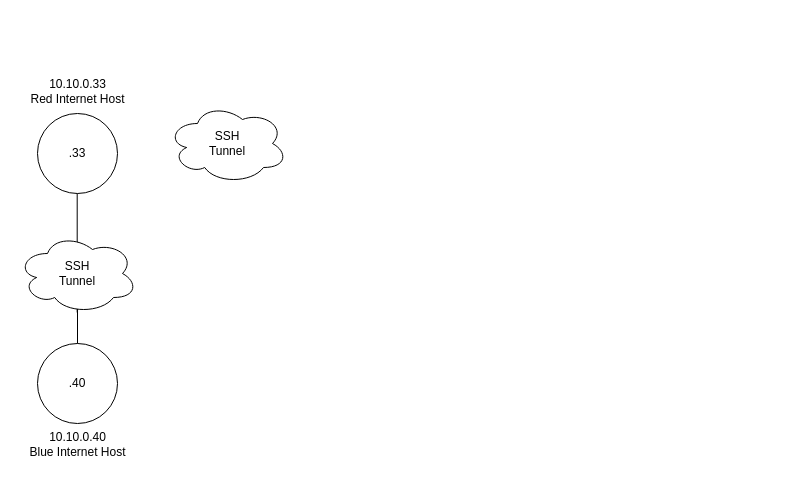
Above: Untitled Diagram.drawio in Collusion22/network-map (draw.io), before the change. Source tidied: cells renumbered, new cells numbered last; positions are measured from the earlier drawing's top-left corner, leaving out a move shared by most shapes. Both pictures are drawn from the tidied source at 100%, with x=0, y=0 at pixel (17, 71).
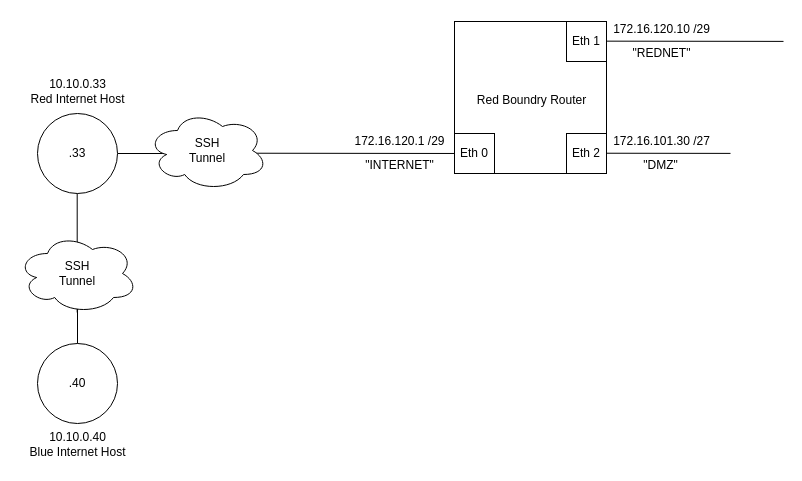
Above is the later version.

The change refers to these unchanged cells:
```xml
<mxCell id="7" value=".33" style="ellipse;whiteSpace=wrap;html=1;" parent="1" vertex="1">
  <mxGeometry x="20" y="42" width="80" height="80" as="geometry" />
</mxCell>
```

Change to the diagram source:
```diff
@@
+    <mxCell id="10" style="endArrow=none;html=1;rounded=0;exitX=1;exitY=0.5;exitDx=0;exitDy=0;" parent="1" edge="1">
+      <mxGeometry relative="1" as="geometry">
+        <mxPoint x="549" y="-30.4" as="sourcePoint" />
+        <mxPoint x="766" y="-30.1" as="targetPoint" />
+      </mxGeometry>
+    </mxCell>
+    <mxCell id="11" style="endArrow=none;html=1;rounded=0;exitX=1;exitY=0.5;exitDx=0;exitDy=0;" parent="1" edge="1">
+      <mxGeometry relative="1" as="geometry">
+        <mxPoint x="496" y="81.6" as="sourcePoint" />
+        <mxPoint x="713" y="81.9" as="targetPoint" />
+      </mxGeometry>
+    </mxCell>
+    <mxCell id="12" style="endArrow=none;html=1;rounded=0;exitX=1;exitY=0.5;exitDx=0;exitDy=0;" parent="1" edge="1" target="19">
+      <mxGeometry relative="1" as="geometry">
+        <mxPoint x="220" y="81.7" as="sourcePoint" />
+      </mxGeometry>
+    </mxCell>
+    <mxCell id="13" value="172.16.120.1 /29" style="text;html=1;align=center;verticalAlign=middle;strokeColor=none;fillColor=none;spacingBottom=0;" parent="1" vertex="1">
+      <mxGeometry x="328" y="58" width="108" height="24" as="geometry" />
+    </mxCell>
+    <mxCell id="14" style="endArrow=none;html=1;rounded=0;entryX=0.75;entryY=0.538;entryDx=0;entryDy=0;entryPerimeter=0;exitX=1;exitY=0.5;exitDx=0;exitDy=0;" parent="1" edge="1" source="7" target="9">
+      <mxGeometry relative="1" as="geometry" />
+    </mxCell>
@@
     <mxCell id="9" value="SSH&lt;div&gt;Tunnel&lt;/div&gt;" style="ellipse;shape=cloud;whiteSpace=wrap;html=1;" parent="1" vertex="1">
-      <mxGeometry x="150" y="32" width="120" height="80" as="geometry" />
+      <mxGeometry x="130" y="39" width="120" height="80" as="geometry" />
     </mxCell>
+    <mxCell id="15" style="whiteSpace=wrap;html=1;" parent="1" vertex="1">
+      <mxGeometry x="437" y="-50" width="152" height="152" as="geometry" />
+    </mxCell>
+    <mxCell id="16" value="&lt;br&gt;&lt;div&gt;Red Boundry Router&lt;/div&gt;" style="text;html=1;align=center;verticalAlign=middle;strokeColor=none;fillColor=none;" parent="1" vertex="1">
+      <mxGeometry x="450" width="127" height="41" as="geometry" />
+    </mxCell>
+    <mxCell id="17" value="Eth 1" style="whiteSpace=wrap;html=1;" parent="1" vertex="1">
+      <mxGeometry x="549" y="-50" width="40" height="40" as="geometry" />
+    </mxCell>
+    <mxCell id="18" value="Eth 2" style="whiteSpace=wrap;html=1;" parent="1" vertex="1">
+      <mxGeometry x="549" y="62" width="40" height="40" as="geometry" />
+    </mxCell>
+    <mxCell id="19" value="Eth 0" style="whiteSpace=wrap;html=1;" parent="1" vertex="1">
+      <mxGeometry x="437" y="62" width="40" height="40" as="geometry" />
+    </mxCell>
+    <mxCell id="20" value="&quot;INTERNET&quot;" style="text;html=1;align=center;verticalAlign=middle;strokeColor=none;fillColor=none;spacingBottom=0;" parent="1" vertex="1">
+      <mxGeometry x="338.5" y="82" width="87" height="24" as="geometry" />
+    </mxCell>
+    <mxCell id="21" value="172.16.120.10 /29" style="text;html=1;align=center;verticalAlign=middle;strokeColor=none;fillColor=none;spacingBottom=0;" parent="1" vertex="1">
+      <mxGeometry x="586" y="-54" width="115" height="24" as="geometry" />
+    </mxCell>
+    <mxCell id="22" value="&quot;REDNET&quot;" style="text;html=1;align=center;verticalAlign=middle;strokeColor=none;fillColor=none;spacingBottom=0;" parent="1" vertex="1">
+      <mxGeometry x="605.5" y="-30" width="76" height="24" as="geometry" />
+    </mxCell>
+    <mxCell id="23" value="172.16.101.30 /27" style="text;html=1;align=center;verticalAlign=middle;strokeColor=none;fillColor=none;spacingBottom=0;" parent="1" vertex="1">
+      <mxGeometry x="586" y="58" width="115" height="24" as="geometry" />
+    </mxCell>
+    <mxCell id="24" value="&quot;DMZ&quot;" style="text;html=1;align=center;verticalAlign=middle;strokeColor=none;fillColor=none;spacingBottom=0;" parent="1" vertex="1">
+      <mxGeometry x="616.5" y="82" width="53" height="24" as="geometry" />
+    </mxCell>
```
